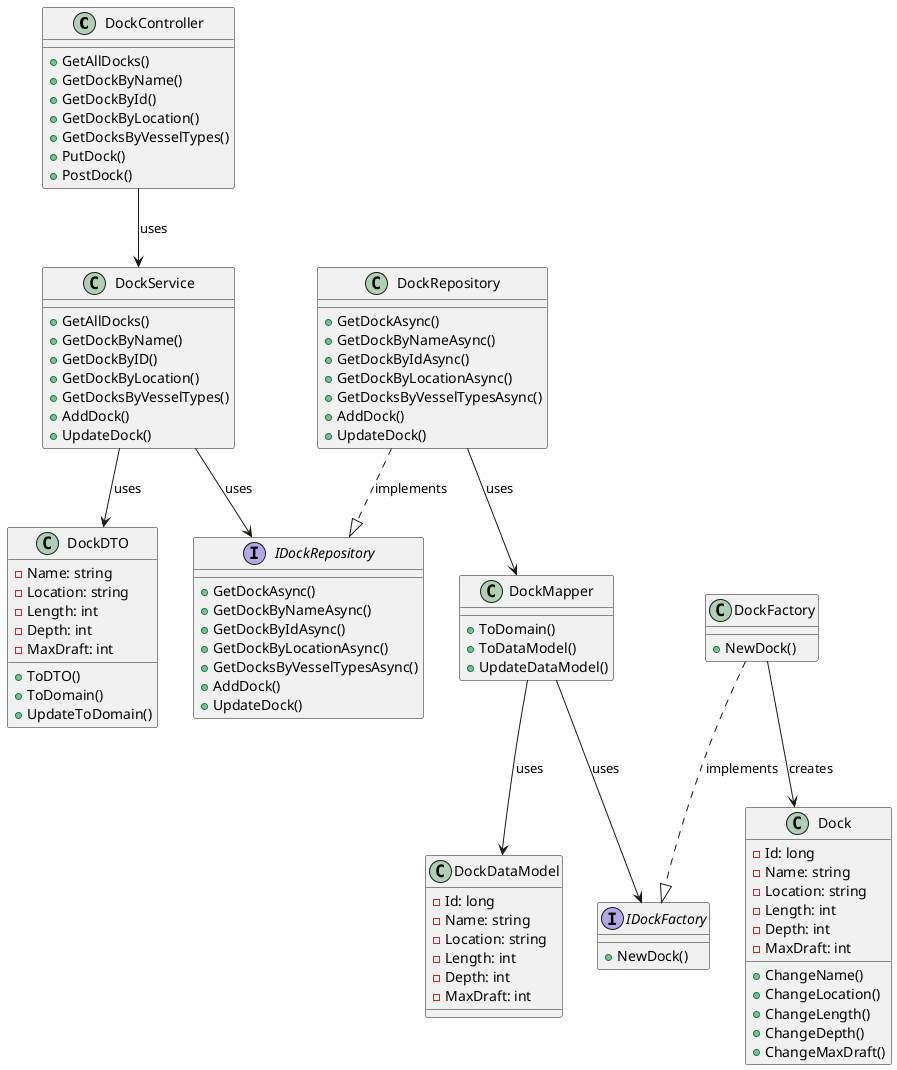
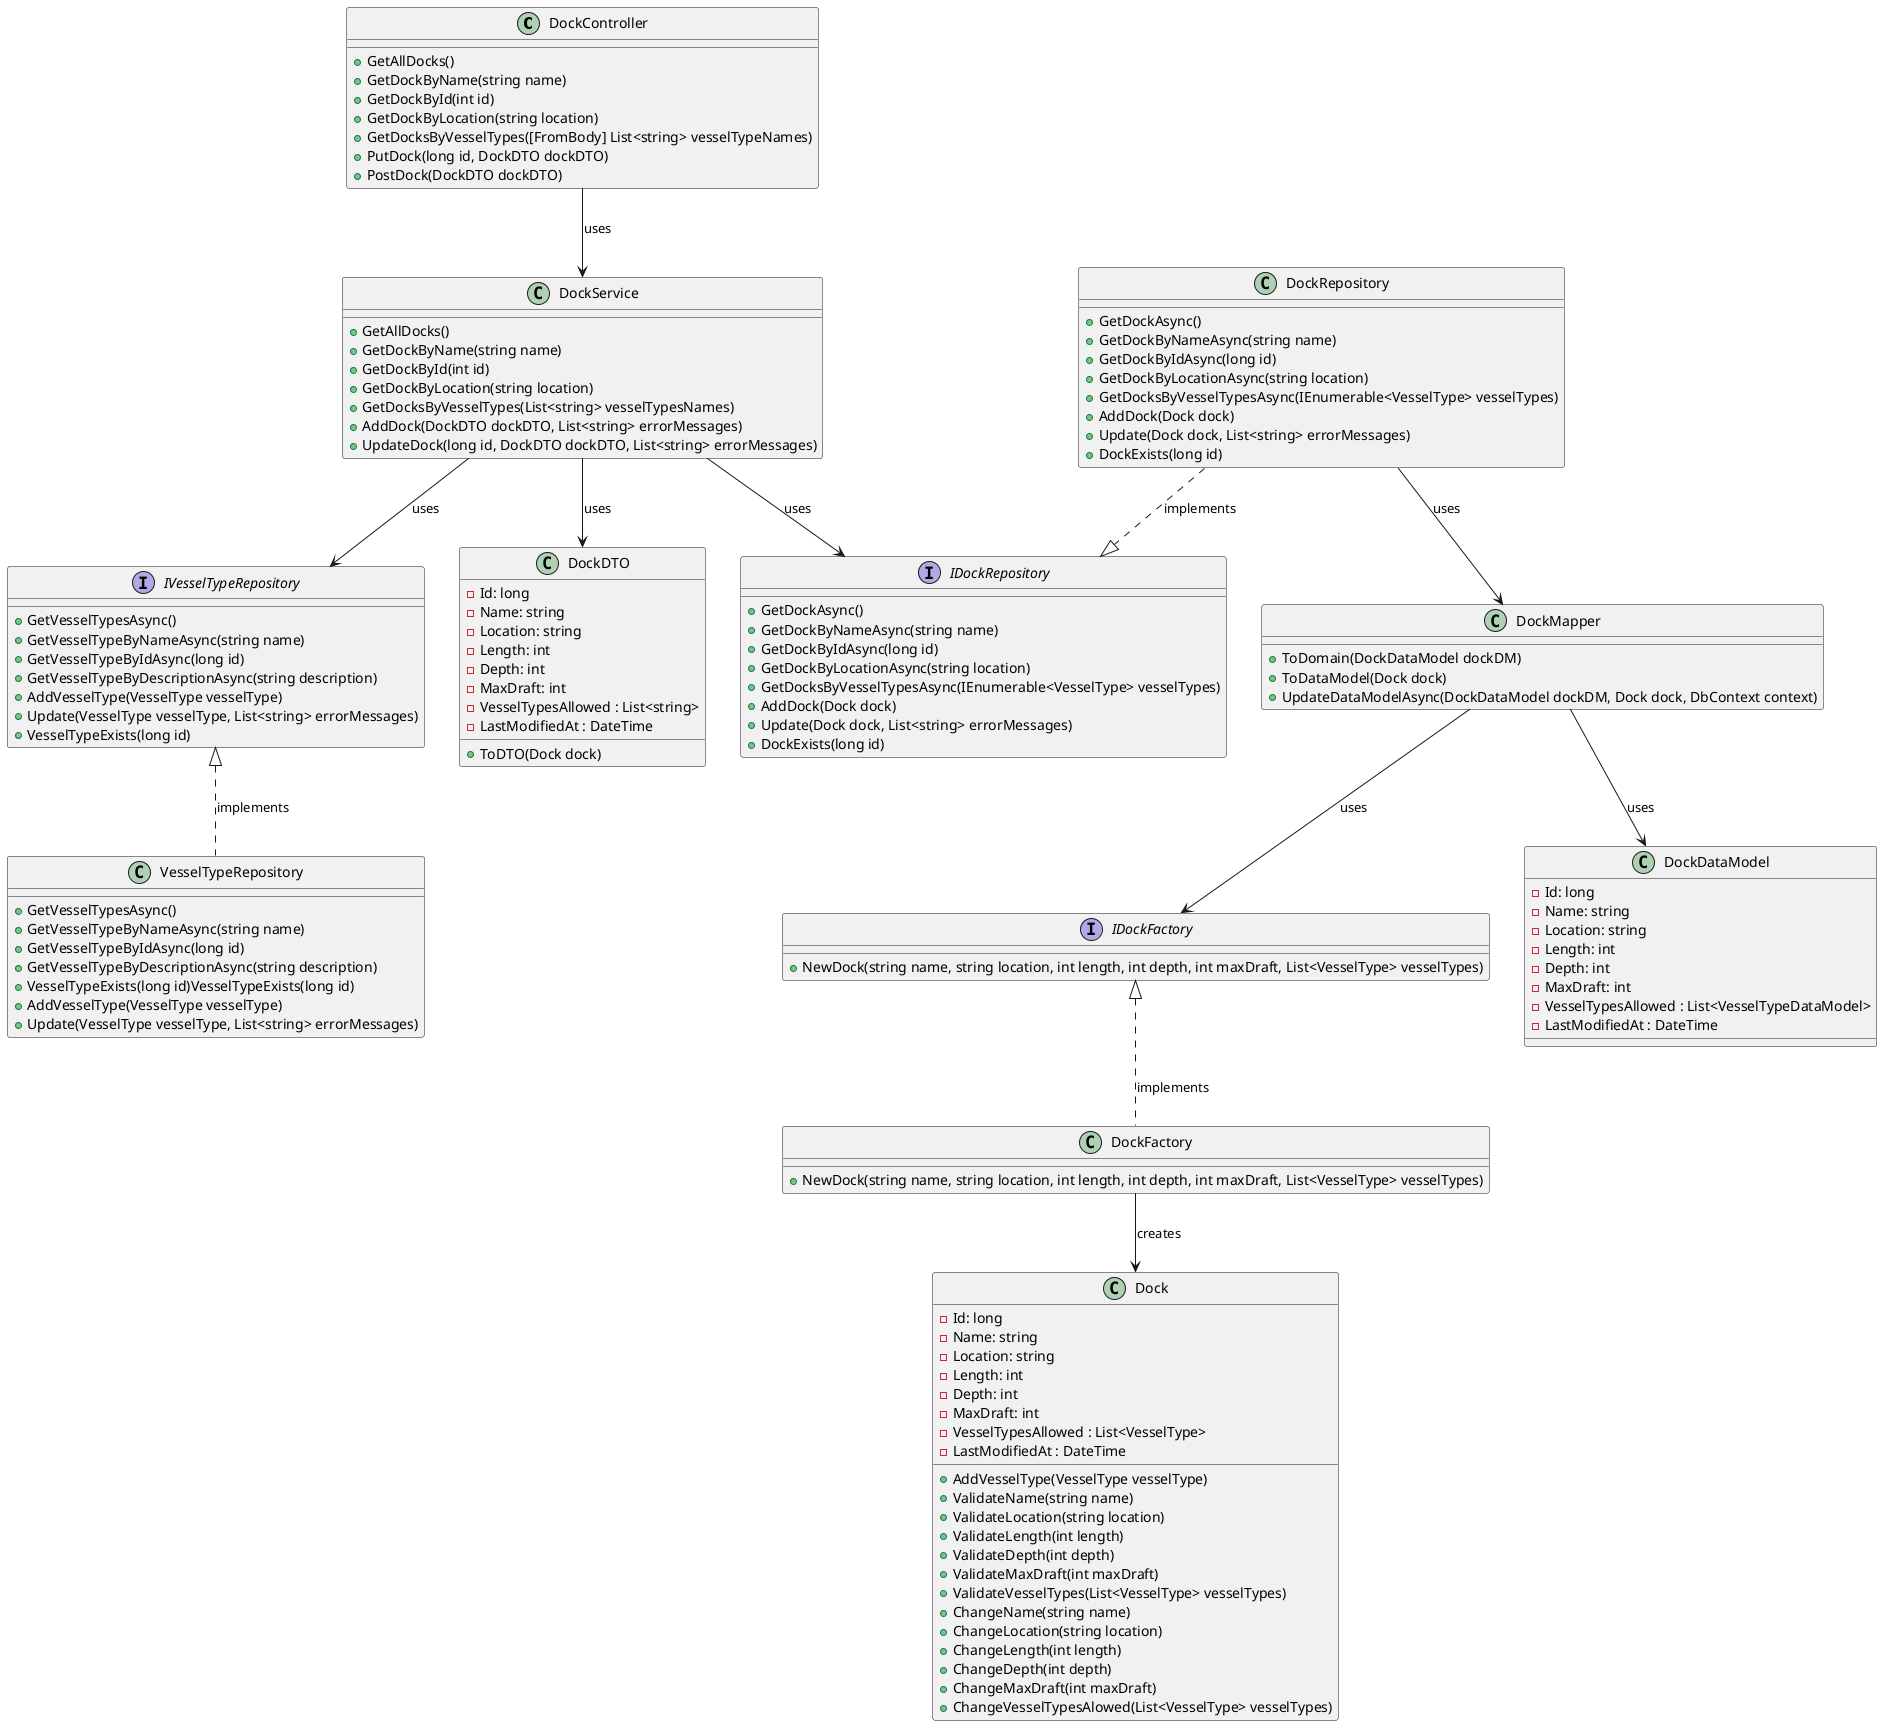
@startuml DockCode


class DockController {
	+GetAllDocks()
- 	+GetDockByName()
- 	+GetDockById()
- 	+GetDockByLocation()
-     +GetDocksByVesselTypes()
- 	+PutDock()
- 	+PostDock()
+ 	+GetDockByName(string name)
+ 	+GetDockById(int id)
+ 	+GetDockByLocation(string location)
+     +GetDocksByVesselTypes([FromBody] List<string> vesselTypeNames)
+ 	+PutDock(long id, DockDTO dockDTO)
+ 	+PostDock(DockDTO dockDTO)
}

class DockService {
	+GetAllDocks()
- 	+GetDockByName()
- 	+GetDockByID()
- 	+GetDockByLocation()
-     +GetDocksByVesselTypes()
- 	+AddDock()
- 	+UpdateDock()
+ 	+GetDockByName(string name)
+ 	+GetDockById(int id)
+ 	+GetDockByLocation(string location)
+     +GetDocksByVesselTypes(List<string> vesselTypesNames)
+ 	+AddDock(DockDTO dockDTO, List<string> errorMessages)
+ 	+UpdateDock(long id, DockDTO dockDTO, List<string> errorMessages)
}

class DockDTO{
+     -Id: long
    -Name: string
    -Location: string
    -Length: int
    -Depth: int
    -MaxDraft: int
-     +ToDTO()
-     +ToDomain()
-     +UpdateToDomain()
+     -VesselTypesAllowed : List<string>
+     -LastModifiedAt : DateTime
+     +ToDTO(Dock dock)
}


interface IDockRepository{
    +GetDockAsync()
-     +GetDockByNameAsync()
-     +GetDockByIdAsync()
-     +GetDockByLocationAsync()
-     +GetDocksByVesselTypesAsync()
-     +AddDock()
-     +UpdateDock()
+     +GetDockByNameAsync(string name)
+     +GetDockByIdAsync(long id)
+     +GetDockByLocationAsync(string location)
+     +GetDocksByVesselTypesAsync(IEnumerable<VesselType> vesselTypes)
+     +AddDock(Dock dock)
+     +Update(Dock dock, List<string> errorMessages)
+     +DockExists(long id)
}
+ 
+ interface IVesselTypeRepository{
+     +GetVesselTypesAsync()
+     +GetVesselTypeByNameAsync(string name)
+     +GetVesselTypeByIdAsync(long id)
+     +GetVesselTypeByDescriptionAsync(string description)
+     +AddVesselType(VesselType vesselType)
+     +Update(VesselType vesselType, List<string> errorMessages)
+     +VesselTypeExists(long id)
+ }
+ 
+ class VesselTypeRepository{
+     +GetVesselTypesAsync()
+     +GetVesselTypeByNameAsync(string name)
+     +GetVesselTypeByIdAsync(long id)
+     +GetVesselTypeByDescriptionAsync(string description)
+     +VesselTypeExists(long id)VesselTypeExists(long id)
+     +AddVesselType(VesselType vesselType)
+     +Update(VesselType vesselType, List<string> errorMessages)
+ }
+ 

class DockRepository{
    +GetDockAsync()
-     +GetDockByNameAsync()
-     +GetDockByIdAsync()
-     +GetDockByLocationAsync()
-     +GetDocksByVesselTypesAsync()
-     +AddDock()
-     +UpdateDock()
+     +GetDockByNameAsync(string name)
+     +GetDockByIdAsync(long id)
+     +GetDockByLocationAsync(string location)
+     +GetDocksByVesselTypesAsync(IEnumerable<VesselType> vesselTypes)
+     +AddDock(Dock dock)
+     +Update(Dock dock, List<string> errorMessages)
+     +DockExists(long id)
}


class Dock{
    -Id: long
    -Name: string
    -Location: string
    -Length: int
    -Depth: int
    -MaxDraft: int
-     +ChangeName()
-     +ChangeLocation()
-     +ChangeLength()
-     +ChangeDepth()
-     +ChangeMaxDraft()
+     -VesselTypesAllowed : List<VesselType>
+     -LastModifiedAt : DateTime
+     +AddVesselType(VesselType vesselType)
+     +ValidateName(string name)
+     +ValidateLocation(string location)
+     +ValidateLength(int length)
+     +ValidateDepth(int depth)
+     +ValidateMaxDraft(int maxDraft)
+     +ValidateVesselTypes(List<VesselType> vesselTypes)
+     +ChangeName(string name)
+     +ChangeLocation(string location)
+     +ChangeLength(int length)
+     +ChangeDepth(int depth)
+     +ChangeMaxDraft(int maxDraft)
+     +ChangeVesselTypesAlowed(List<VesselType> vesselTypes)
}

class DockMapper{
-     +ToDomain()
-     +ToDataModel()
-     +UpdateDataModel()
+     +ToDomain(DockDataModel dockDM)
+     +ToDataModel(Dock dock)
+     +UpdateDataModelAsync(DockDataModel dockDM, Dock dock, DbContext context)
}

interface IDockFactory{
-     +NewDock()
+     +NewDock(string name, string location, int length, int depth, int maxDraft, List<VesselType> vesselTypes)
}

class DockDataModel{
    -Id: long
    -Name: string
    -Location: string
    -Length: int
    -Depth: int
    -MaxDraft: int
+     -VesselTypesAllowed : List<VesselTypeDataModel>
+     -LastModifiedAt : DateTime
}

class DockFactory{
-     +NewDock()
+     +NewDock(string name, string location, int length, int depth, int maxDraft, List<VesselType> vesselTypes)
}


DockController --> DockService: uses
DockService --> IDockRepository: uses
+ DockService --> IVesselTypeRepository: uses
DockService --> DockDTO: uses

DockRepository --> DockMapper: uses
DockMapper --> DockDataModel : uses
DockMapper --> IDockFactory : uses
DockFactory --> Dock: creates


- DockFactory ..|> IDockFactory : implements
+ DockFactory .up.|> IDockFactory : implements

DockRepository ..|> IDockRepository : implements
- 
+ VesselTypeRepository .up.|> IVesselTypeRepository : implements
@enduml